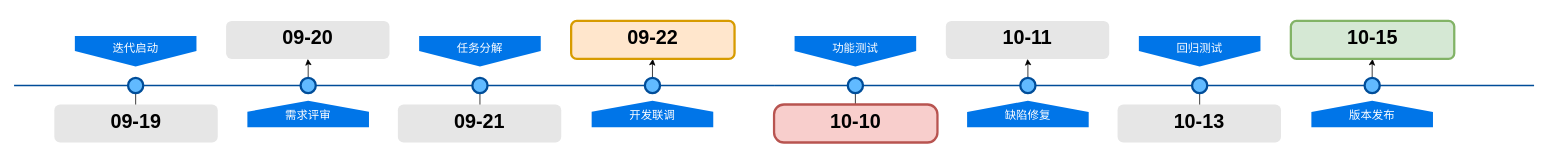
Before: page "流程管理-迭代过程" (1 of 2) of 未命名绘图.drawio in warmsheep/my-example, a draw.io diagram. Source tidied: cells renumbered, new cells numbered last; positions are measured from the earlier drawing's top-left corner, leaving out a move shared by most shapes. Both pictures are drawn from the tidied source at 76%, with x=0, y=0 at pixel (14, 21).
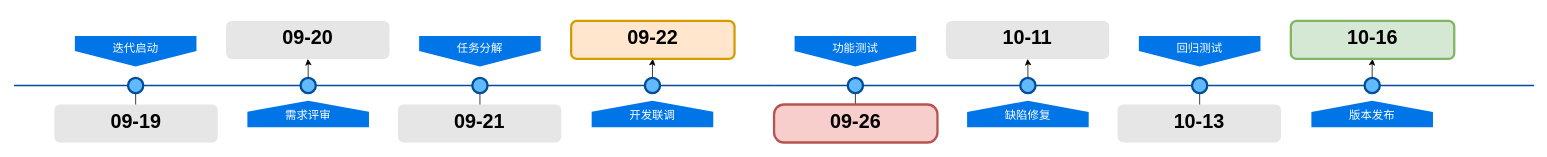
The same page after the edit.

Diff of the diagram source:
```diff
@@
-    <mxCell id="32" value="&lt;h1&gt;10-10&lt;/h1&gt;&lt;p&gt;&lt;br&gt;&lt;/p&gt;" style="text;html=1;spacing=5;spacingTop=-20;whiteSpace=wrap;overflow=hidden;strokeColor=#b85450;strokeWidth=3;fillColor=#f8cecc;fontSize=13;align=center;rounded=1;arcSize=26;" parent="1" vertex="1">
+    <mxCell id="32" value="&lt;h1&gt;09-26&lt;/h1&gt;" style="text;html=1;spacing=5;spacingTop=-20;whiteSpace=wrap;overflow=hidden;strokeColor=#b85450;strokeWidth=3;fillColor=#f8cecc;fontSize=13;align=center;rounded=1;arcSize=26;" parent="1" vertex="1">
       <mxGeometry x="1000" y="110" width="215" height="50" as="geometry" />
     </mxCell>
@@
-    <mxCell id="35" value="&lt;h1&gt;10-15&lt;/h1&gt;" style="text;html=1;spacing=5;spacingTop=-20;whiteSpace=wrap;overflow=hidden;strokeColor=#82b366;strokeWidth=3;fillColor=#d5e8d4;fontSize=13;align=center;rounded=1;" parent="1" vertex="1">
+    <mxCell id="35" value="&lt;h1&gt;10-16&lt;/h1&gt;" style="text;html=1;spacing=5;spacingTop=-20;whiteSpace=wrap;overflow=hidden;strokeColor=#82b366;strokeWidth=3;fillColor=#d5e8d4;fontSize=13;align=center;rounded=1;" parent="1" vertex="1">
       <mxGeometry x="1680" width="215" height="50" as="geometry" />
     </mxCell>
```
